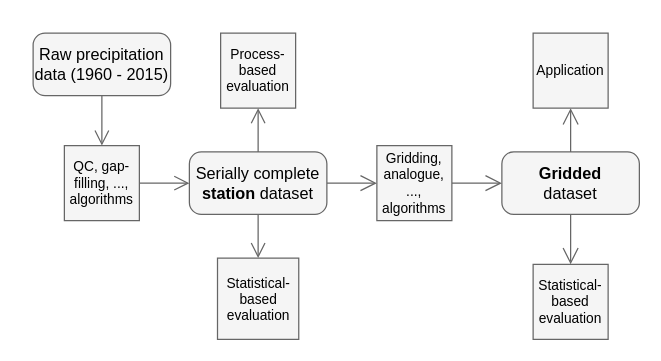
Earlier version of the draw.io diagram phd_workflow.drawio (adrHuerta/diagrams). Source tidied: cells renumbered, new cells numbered last; positions are measured from the earlier drawing's top-left corner, leaving out a move shared by most shapes. Both pictures are drawn from the tidied source at 125%, with x=0, y=0 at pixel (32, 32).
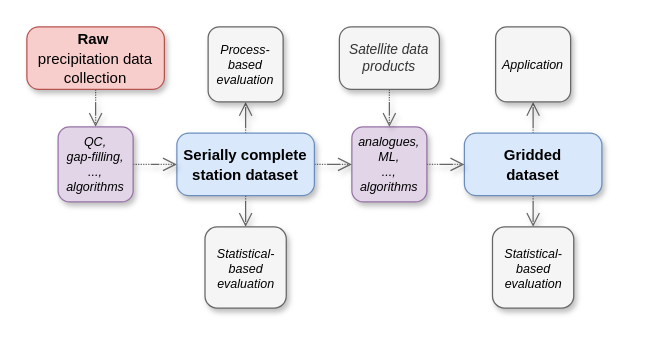
After the change.

The edit, as a diff of the source:
```diff
@@
-    <mxCell id="2" style="edgeStyle=orthogonalEdgeStyle;rounded=0;jettySize=auto;html=1;fillColor=#f5f5f5;strokeColor=#666666;fontColor=#000000;endArrow=open;endFill=0;endSize=10;" parent="1" edge="1" source="3" target="9">
-      <mxGeometry relative="1" as="geometry" />
-    </mxCell>
-    <mxCell id="3" value="Raw precipitation data (1960 - 2015)" style="rounded=1;whiteSpace=wrap;html=1;arcSize=19;fontSize=13;fillColor=#f5f5f5;fontColor=#000000;strokeColor=#666666;" parent="1" vertex="1">
-      <mxGeometry width="110" height="50" as="geometry" />
-    </mxCell>
+    <mxCell id="19" style="edgeStyle=orthogonalEdgeStyle;rounded=0;jettySize=auto;html=1;fillColor=#f5f5f5;strokeColor=#666666;fontColor=#000000;endArrow=open;endFill=0;endSize=9;dashed=1;strokeWidth=1;shadow=1;flowAnimation=0;dashPattern=1 1;fontFamily=Helvetica;" parent="1" edge="1" source="20" target="9">
+      <mxGeometry relative="1" as="geometry" />
+    </mxCell>
+    <mxCell id="20" value="&lt;font style=&quot;font-size: 12px;&quot;&gt;&lt;b&gt;Raw&lt;/b&gt;&amp;nbsp;&lt;/font&gt;&lt;div&gt;&lt;font style=&quot;font-size: 12px;&quot;&gt;precipitation data&lt;br&gt;collection&lt;/font&gt;&lt;/div&gt;" style="rounded=1;whiteSpace=wrap;html=1;arcSize=19;fontSize=13;fillColor=#f8cecc;strokeColor=#b85450;shadow=1;glass=0;fontFamily=Helvetica;" parent="1" vertex="1">
+      <mxGeometry x="-5" y="-5" width="110" height="50" as="geometry" />
+    </mxCell>
-    <mxCell id="4" style="edgeStyle=orthogonalEdgeStyle;rounded=0;jettySize=auto;html=1;entryX=0.5;entryY=1;entryDx=0;entryDy=0;fillColor=#f5f5f5;strokeColor=#666666;fontColor=#000000;endArrow=open;endFill=0;endSize=10;" parent="1" edge="1" source="7" target="11">
+    <mxCell id="4" style="edgeStyle=orthogonalEdgeStyle;rounded=0;jettySize=auto;html=1;entryX=0.5;entryY=1;entryDx=0;entryDy=0;fillColor=#f5f5f5;strokeColor=#666666;fontColor=#000000;endArrow=open;endFill=0;endSize=9;dashed=1;strokeWidth=1;shadow=1;flowAnimation=0;dashPattern=1 1;fontFamily=Helvetica;" parent="1" edge="1" source="7" target="11">
       <mxGeometry relative="1" as="geometry" />
     </mxCell>
-    <mxCell id="5" style="edgeStyle=orthogonalEdgeStyle;rounded=0;jettySize=auto;html=1;fillColor=#f5f5f5;strokeColor=#666666;endArrow=open;endFill=0;strokeWidth=1;endSize=11;" parent="1" edge="1" source="7" target="18">
-      <mxGeometry relative="1" as="geometry" />
-    </mxCell>
-    <mxCell id="6" style="edgeStyle=orthogonalEdgeStyle;rounded=0;jettySize=auto;html=1;entryX=0.5;entryY=0;entryDx=0;entryDy=0;fillColor=#f5f5f5;strokeColor=#666666;endArrow=open;endFill=0;endSize=10;" parent="1" edge="1" source="7" target="10">
-      <mxGeometry relative="1" as="geometry" />
-    </mxCell>
+    <mxCell id="21" style="edgeStyle=orthogonalEdgeStyle;rounded=0;jettySize=auto;html=1;fillColor=#f5f5f5;strokeColor=#666666;endArrow=open;endFill=0;strokeWidth=1;endSize=9;dashed=1;shadow=1;flowAnimation=0;dashPattern=1 1;fontFamily=Helvetica;" parent="1" edge="1" source="7" target="26">
+      <mxGeometry relative="1" as="geometry" />
+    </mxCell>
+    <mxCell id="22" style="edgeStyle=orthogonalEdgeStyle;rounded=0;jettySize=auto;html=1;entryX=0.5;entryY=0;entryDx=0;entryDy=0;fillColor=#f5f5f5;strokeColor=#666666;endArrow=open;endFill=0;endSize=9;dashed=1;strokeWidth=1;shadow=1;flowAnimation=0;dashPattern=1 1;fontFamily=Helvetica;" parent="1" edge="1" source="7" target="23">
+      <mxGeometry relative="1" as="geometry" />
+    </mxCell>
-    <mxCell id="7" value="Serially complete &lt;b&gt;station&lt;/b&gt; dataset" style="rounded=1;whiteSpace=wrap;html=1;arcSize=19;fontSize=13;fillColor=#f5f5f5;fontColor=#000000;strokeColor=#666666;" parent="1" vertex="1">
-      <mxGeometry x="125" y="95" width="110" height="50" as="geometry" />
+    <mxCell id="7" value="&lt;b&gt;&lt;font style=&quot;font-size: 12px;&quot;&gt;Serially complete station dataset&lt;/font&gt;&lt;/b&gt;" style="rounded=1;whiteSpace=wrap;html=1;arcSize=19;fontSize=13;fillColor=#dae8fc;strokeColor=#6c8ebf;shadow=1;fontFamily=Helvetica;" parent="1" vertex="1">
+      <mxGeometry x="115" y="80" width="110" height="50" as="geometry" />
     </mxCell>
-    <mxCell id="8" style="edgeStyle=orthogonalEdgeStyle;rounded=0;jettySize=auto;html=1;entryX=0;entryY=0.5;entryDx=0;entryDy=0;fillColor=#f5f5f5;strokeColor=#666666;fontColor=#000000;endArrow=open;endFill=0;endSize=10;" parent="1" edge="1" source="9" target="7">
+    <mxCell id="8" style="edgeStyle=orthogonalEdgeStyle;rounded=0;jettySize=auto;html=1;entryX=0;entryY=0.5;entryDx=0;entryDy=0;fillColor=#f5f5f5;strokeColor=#666666;fontColor=#000000;endArrow=open;endFill=0;endSize=9;dashed=1;strokeWidth=1;shadow=1;flowAnimation=0;dashPattern=1 1;fontFamily=Helvetica;" parent="1" edge="1" source="9" target="7">
       <mxGeometry relative="1" as="geometry" />
     </mxCell>
-    <mxCell id="9" value="QC, gap-filling, ..., algorithms" style="whiteSpace=wrap;html=1;fontSize=11;fillColor=#f5f5f5;fontColor=#000000;strokeColor=#666666;" parent="1" vertex="1">
-      <mxGeometry x="25" y="90" width="60" height="60" as="geometry" />
+    <mxCell id="9" value="&lt;i&gt;QC, &lt;br&gt;gap-filling, &lt;br&gt;..., algorithms&lt;/i&gt;" style="whiteSpace=wrap;html=1;fontSize=10;fillColor=#e1d5e7;strokeColor=#9673a6;rounded=1;align=center;shadow=1;fontFamily=Helvetica;" parent="1" vertex="1">
+      <mxGeometry x="20" y="75" width="60" height="60" as="geometry" />
     </mxCell>
-    <mxCell id="10" value="Statistical-based evaluation" style="whiteSpace=wrap;html=1;fontSize=11;fillColor=#f5f5f5;fontColor=#000000;strokeColor=#666666;" parent="1" vertex="1">
-      <mxGeometry x="147.5" y="180" width="65" height="65" as="geometry" />
-    </mxCell>
+    <mxCell id="23" value="&lt;i&gt;Statistical-based evaluation&lt;/i&gt;" style="whiteSpace=wrap;html=1;fontSize=10;fillColor=#f5f5f5;fontColor=#000000;strokeColor=#666666;rounded=1;shadow=1;fontFamily=Helvetica;" parent="1" vertex="1">
+      <mxGeometry x="137.5" y="155" width="65" height="65" as="geometry" />
+    </mxCell>
-    <mxCell id="11" value="Process-based evaluation" style="whiteSpace=wrap;html=1;fontSize=11;fillColor=#f5f5f5;fontColor=#000000;strokeColor=#666666;" parent="1" vertex="1">
-      <mxGeometry x="150" width="60" height="60" as="geometry" />
+    <mxCell id="11" value="&lt;i&gt;Process-based evaluation&lt;/i&gt;" style="whiteSpace=wrap;html=1;fontSize=10;fillColor=#f5f5f5;fontColor=#000000;strokeColor=#666666;rounded=1;shadow=1;fontFamily=Helvetica;" parent="1" vertex="1">
+      <mxGeometry x="140" y="-5" width="60" height="60" as="geometry" />
     </mxCell>
-    <mxCell id="12" style="edgeStyle=orthogonalEdgeStyle;rounded=0;jettySize=auto;html=1;entryX=0.5;entryY=0;entryDx=0;entryDy=0;fillColor=#f5f5f5;strokeColor=#666666;fontColor=#000000;endArrow=open;endFill=0;strokeWidth=1;endSize=11;" parent="1" edge="1" source="14" target="15">
-      <mxGeometry relative="1" as="geometry" />
-    </mxCell>
-    <mxCell id="13" style="edgeStyle=orthogonalEdgeStyle;rounded=0;jettySize=auto;html=1;entryX=0.5;entryY=1;entryDx=0;entryDy=0;fillColor=#f5f5f5;strokeColor=#666666;fontColor=#000000;endArrow=open;endFill=0;strokeWidth=1;endSize=11;" parent="1" edge="1" source="14" target="16">
+    <mxCell id="13" style="edgeStyle=orthogonalEdgeStyle;rounded=0;jettySize=auto;html=1;entryX=0.5;entryY=1;entryDx=0;entryDy=0;fillColor=#f5f5f5;strokeColor=#666666;fontColor=#000000;endArrow=open;endFill=0;strokeWidth=1;endSize=9;dashed=1;shadow=1;flowAnimation=0;dashPattern=1 1;fontFamily=Helvetica;" parent="1" edge="1" source="14" target="16">
       <mxGeometry relative="1" as="geometry" />
     </mxCell>
+    <mxCell id="24" style="edgeStyle=orthogonalEdgeStyle;rounded=0;jettySize=auto;html=1;entryX=0.5;entryY=0;entryDx=0;entryDy=0;strokeColor=#666666;strokeWidth=1;align=center;verticalAlign=middle;fontFamily=Helvetica;fontSize=11;fontColor=#000000;labelBackgroundColor=default;endArrow=open;endFill=0;endSize=9;fillColor=#f5f5f5;dashed=1;shadow=1;flowAnimation=0;dashPattern=1 1;" parent="1" edge="1" source="14" target="29">
+      <mxGeometry relative="1" as="geometry" />
+    </mxCell>
-    <mxCell id="14" value="&lt;b&gt;Gridded&lt;/b&gt; &lt;br&gt;dataset" style="rounded=1;whiteSpace=wrap;html=1;arcSize=19;fontSize=13;fillColor=#f5f5f5;fontColor=#000000;strokeColor=#666666;" parent="1" vertex="1">
-      <mxGeometry x="375" y="95" width="110" height="50" as="geometry" />
+    <mxCell id="14" value="&lt;b&gt;&lt;font style=&quot;font-size: 12px;&quot;&gt;Gridded &lt;br&gt;dataset&lt;/font&gt;&lt;/b&gt;" style="rounded=1;whiteSpace=wrap;html=1;arcSize=19;fontSize=13;fillColor=#dae8fc;strokeColor=#6c8ebf;shadow=1;fontFamily=Helvetica;" parent="1" vertex="1">
+      <mxGeometry x="345" y="80" width="110" height="50" as="geometry" />
     </mxCell>
-    <mxCell id="15" value="Statistical-based evaluation" style="whiteSpace=wrap;html=1;fontSize=11;fillColor=#f5f5f5;fontColor=#000000;strokeColor=#666666;" parent="1" vertex="1">
-      <mxGeometry x="400" y="185" width="60" height="60" as="geometry" />
-    </mxCell>
-    <mxCell id="16" value="Application" style="whiteSpace=wrap;html=1;fontSize=11;fillColor=#f5f5f5;fontColor=#000000;strokeColor=#666666;" parent="1" vertex="1">
-      <mxGeometry x="400" width="60" height="60" as="geometry" />
+    <mxCell id="16" value="&lt;span&gt;Application&lt;/span&gt;" style="whiteSpace=wrap;html=1;fontSize=10;fillColor=#f5f5f5;fontColor=#000000;strokeColor=#666666;rounded=1;shadow=1;fontFamily=Helvetica;fontStyle=2;" parent="1" vertex="1">
+      <mxGeometry x="370" y="-5" width="60" height="60" as="geometry" />
     </mxCell>
-    <mxCell id="17" style="edgeStyle=orthogonalEdgeStyle;rounded=0;jettySize=auto;html=1;entryX=0;entryY=0.5;entryDx=0;entryDy=0;fillColor=#f5f5f5;strokeColor=#666666;endArrow=open;endFill=0;strokeWidth=1;endSize=11;" parent="1" edge="1" source="18" target="14">
-      <mxGeometry relative="1" as="geometry" />
-    </mxCell>
-    <mxCell id="18" value="Gridding, analogue, ..., algorithms" style="whiteSpace=wrap;html=1;fontSize=11;fillColor=#f5f5f5;fontColor=#000000;strokeColor=#666666;" parent="1" vertex="1">
-      <mxGeometry x="275" y="90" width="60" height="60" as="geometry" />
-    </mxCell>
+    <mxCell id="25" style="edgeStyle=orthogonalEdgeStyle;rounded=0;jettySize=auto;html=1;entryX=0;entryY=0.5;entryDx=0;entryDy=0;fillColor=#f5f5f5;strokeColor=#666666;endArrow=open;endFill=0;strokeWidth=1;endSize=9;dashed=1;shadow=1;flowAnimation=0;dashPattern=1 1;fontFamily=Helvetica;" parent="1" edge="1" source="26" target="14">
+      <mxGeometry relative="1" as="geometry" />
+    </mxCell>
+    <mxCell id="26" value="analogues, &lt;br&gt;ML,&lt;br&gt;..., algorithms" style="whiteSpace=wrap;html=1;fontSize=10;fillColor=#e1d5e7;strokeColor=#9673a6;rounded=1;shadow=1;fontFamily=Helvetica;fontStyle=2;" parent="1" vertex="1">
+      <mxGeometry x="255" y="75" width="60" height="60" as="geometry" />
+    </mxCell>
+    <mxCell id="27" style="edgeStyle=orthogonalEdgeStyle;rounded=0;jettySize=auto;html=1;entryX=0.5;entryY=0;entryDx=0;entryDy=0;strokeColor=#666666;strokeWidth=1;align=center;verticalAlign=middle;fontFamily=Helvetica;fontSize=11;fontColor=default;labelBackgroundColor=default;endArrow=open;endFill=0;endSize=9;fillColor=#f5f5f5;dashed=1;shadow=1;flowAnimation=0;dashPattern=1 1;" parent="1" edge="1" source="28" target="26">
+      <mxGeometry relative="1" as="geometry" />
+    </mxCell>
+    <mxCell id="28" value="Satellite data products" style="rounded=1;whiteSpace=wrap;html=1;arcSize=19;fontSize=11;fillColor=#f5f5f5;strokeColor=#666666;shadow=1;fontColor=#333333;fontFamily=Helvetica;fontStyle=2;" parent="1" vertex="1">
+      <mxGeometry x="245" y="-5" width="80" height="50" as="geometry" />
+    </mxCell>
+    <mxCell id="29" value="&lt;i&gt;Statistical-based evaluation&lt;/i&gt;" style="whiteSpace=wrap;html=1;fontSize=10;fillColor=#f5f5f5;fontColor=#000000;strokeColor=#666666;rounded=1;shadow=1;fontFamily=Helvetica;" parent="1" vertex="1">
+      <mxGeometry x="367.5" y="155" width="65" height="65" as="geometry" />
+    </mxCell>
```
